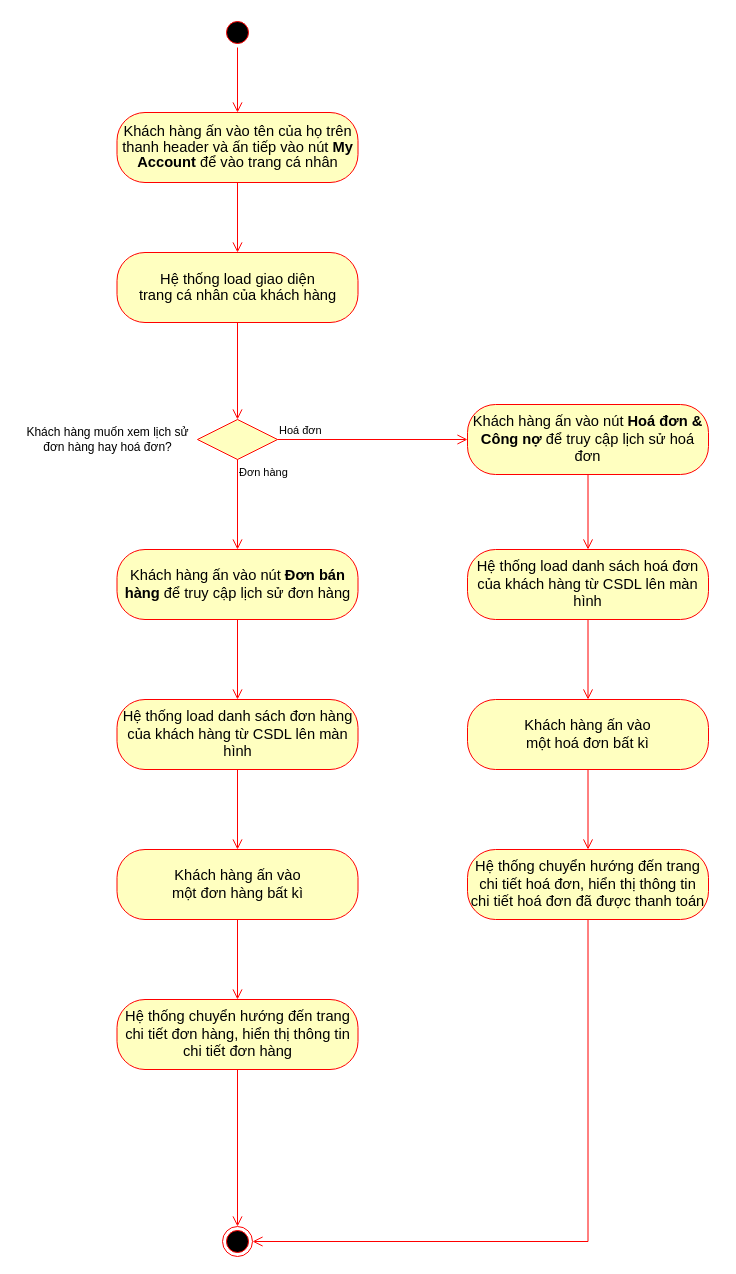
Before: Activity Diagrams/Nguyên Lộc/AD_XemLịchSửGiaoDịch.drawio in EdgarIgnite16/OOAD-Project, a draw.io diagram. Source tidied: cells renumbered, new cells numbered last; positions are measured from the earlier drawing's top-left corner, leaving out a move shared by most shapes. Both pictures are drawn from the tidied source at 100%, with x=0, y=0 at pixel (17, 17).
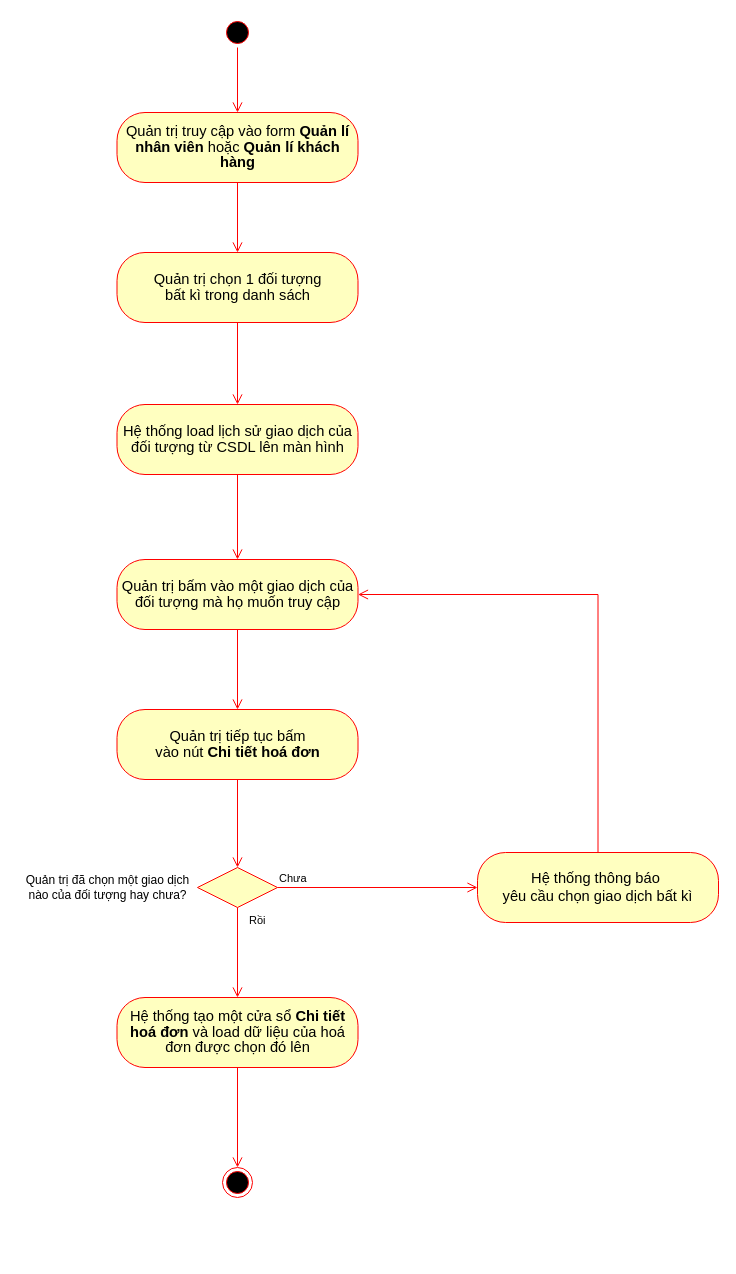
The same diagram, later.

Commit message (it also covers changes not shown here):
update Lịch sử giao dịch - Phần của Lộc

Diff of the diagram source:
```diff
@@
-    <mxCell id="4" value="&lt;span style=&quot;font-size: 11.0pt ; line-height: 107% ; font-family: &amp;#34;calibri&amp;#34; , sans-serif&quot;&gt;Khách hàng ấn vào tên của họ trên thanh header và ấn tiếp vào nút &lt;b&gt;My Account &lt;/b&gt;để vào trang cá nhân&lt;/span&gt;" style="rounded=1;whiteSpace=wrap;html=1;arcSize=40;fontColor=#000000;fillColor=#ffffc0;strokeColor=#ff0000;" parent="1" vertex="1">
+    <mxCell id="4" value="&lt;span style=&quot;font-size: 11.0pt ; line-height: 107% ; font-family: &amp;#34;calibri&amp;#34; , sans-serif&quot;&gt;Quản trị truy cập vào form &lt;b&gt;Quản lí &lt;br&gt;nhân viên &lt;/b&gt;hoặc &lt;b&gt;Quản lí khách hàng&lt;/b&gt;&lt;/span&gt;" style="rounded=1;whiteSpace=wrap;html=1;arcSize=40;fontColor=#000000;fillColor=#ffffc0;strokeColor=#ff0000;" parent="1" vertex="1">
       <mxGeometry x="99.5" y="95" width="241" height="70" as="geometry" />
     </mxCell>
@@
-    <mxCell id="6" style="edgeStyle=orthogonalEdgeStyle;html=1;verticalAlign=bottom;endArrow=open;endSize=8;strokeColor=#ff0000;rounded=0;" parent="1" edge="1" source="7" target="10">
+    <mxCell id="6" style="edgeStyle=orthogonalEdgeStyle;html=1;verticalAlign=bottom;endArrow=open;endSize=8;strokeColor=#ff0000;rounded=0;" parent="1" edge="1" source="7" target="29">
       <mxGeometry relative="1" as="geometry" />
     </mxCell>
-    <mxCell id="7" value="&lt;span style=&quot;font-size: 11.0pt ; line-height: 107% ; font-family: &amp;#34;calibri&amp;#34; , sans-serif&quot;&gt;Hệ thống load giao diện&lt;br/&gt;trang cá nhân của khách hàng&lt;/span&gt;" style="rounded=1;whiteSpace=wrap;html=1;arcSize=40;fontColor=#000000;fillColor=#ffffc0;strokeColor=#ff0000;" parent="1" vertex="1">
+    <mxCell id="7" value="&lt;span style=&quot;font-size: 11.0pt ; line-height: 107% ; font-family: &amp;#34;calibri&amp;#34; , sans-serif&quot;&gt;Quản trị chọn 1 đối tượng&lt;br/&gt;bất kì trong danh sách&lt;/span&gt;" style="rounded=1;whiteSpace=wrap;html=1;arcSize=40;fontColor=#000000;fillColor=#ffffc0;strokeColor=#ff0000;" parent="1" vertex="1">
       <mxGeometry x="99.5" y="235" width="241" height="70" as="geometry" />
     </mxCell>
-    <mxCell id="8" style="ellipse;html=1;shape=endState;fillColor=#000000;strokeColor=#ff0000;" parent="1" vertex="1">
-      <mxGeometry x="205" y="1209" width="30" height="30" as="geometry" />
-    </mxCell>
-    <mxCell id="9" style="edgeStyle=orthogonalEdgeStyle;html=1;verticalAlign=bottom;endArrow=open;endSize=8;strokeColor=#ff0000;rounded=0;" parent="1" edge="1" source="24" target="8">
-      <mxGeometry relative="1" as="geometry" />
-    </mxCell>
     <mxCell id="10" style="rhombus;whiteSpace=wrap;html=1;fillColor=#ffffc0;strokeColor=#ff0000;" parent="1" vertex="1">
-      <mxGeometry x="180" y="402" width="80" height="40" as="geometry" />
+      <mxGeometry x="180" y="850" width="80" height="40" as="geometry" />
     </mxCell>
-    <mxCell id="11" value="Hoá đơn" style="edgeStyle=orthogonalEdgeStyle;html=1;align=left;verticalAlign=bottom;endArrow=open;endSize=8;strokeColor=#ff0000;rounded=0;" parent="1" edge="1" source="10" target="15">
+    <mxCell id="11" value="Chưa" style="edgeStyle=orthogonalEdgeStyle;html=1;align=left;verticalAlign=bottom;endArrow=open;endSize=8;strokeColor=#ff0000;rounded=0;" parent="1" edge="1" source="10" target="38">
       <mxGeometry x="-1" relative="1" as="geometry" />
     </mxCell>
-    <mxCell id="12" value="Đơn hàng" style="edgeStyle=orthogonalEdgeStyle;html=1;align=left;verticalAlign=top;endArrow=open;endSize=8;strokeColor=#ff0000;rounded=0;" parent="1" edge="1" source="10" target="14">
-      <mxGeometry x="-1" relative="1" as="geometry" />
+    <mxCell id="12" value="Rồi&amp;nbsp;" style="edgeStyle=orthogonalEdgeStyle;html=1;align=left;verticalAlign=top;endArrow=open;endSize=8;strokeColor=#ff0000;rounded=0;" parent="1" edge="1" source="10" target="35">
+      <mxGeometry x="-1" y="10" relative="1" as="geometry" />
     </mxCell>
-    <mxCell id="13" value="Khách hàng muốn xem lịch sử&lt;br&gt;đơn hàng hay hoá đơn?" style="text;html=1;align=center;verticalAlign=middle;strokeColor=none;fillColor=none;" parent="1" vertex="1">
-      <mxGeometry y="407" width="180" height="30" as="geometry" />
+    <mxCell id="13" value="Quản trị đã chọn một giao dịch&lt;br&gt;nào của đối tượng hay chưa?" style="text;html=1;align=center;verticalAlign=middle;strokeColor=none;fillColor=none;" parent="1" vertex="1">
+      <mxGeometry y="855" width="180" height="30" as="geometry" />
     </mxCell>
-    <mxCell id="14" value="&lt;font face=&quot;calibri, sans-serif&quot;&gt;&lt;span style=&quot;font-size: 14.6667px&quot;&gt;Khách hàng ấn vào nút &lt;b&gt;Đơn bán hàng&lt;/b&gt;&amp;nbsp;để truy cập lịch sử đơn hàng&lt;/span&gt;&lt;/font&gt;" style="rounded=1;whiteSpace=wrap;html=1;arcSize=40;fontColor=#000000;fillColor=#ffffc0;strokeColor=#ff0000;" parent="1" vertex="1">
-      <mxGeometry x="99.5" y="532" width="241" height="70" as="geometry" />
-    </mxCell>
-    <mxCell id="15" value="&lt;font face=&quot;calibri, sans-serif&quot;&gt;&lt;span style=&quot;font-size: 14.6667px&quot;&gt;Khách hàng ấn vào nút &lt;b&gt;Hoá đơn &amp;amp; Công nợ&lt;/b&gt;&amp;nbsp;để truy cập lịch sử hoá đơn&lt;/span&gt;&lt;/font&gt;" style="rounded=1;whiteSpace=wrap;html=1;arcSize=40;fontColor=#000000;fillColor=#ffffc0;strokeColor=#ff0000;" parent="1" vertex="1">
-      <mxGeometry x="450" y="387" width="241" height="70" as="geometry" />
-    </mxCell>
-    <mxCell id="16" value="&lt;font face=&quot;calibri, sans-serif&quot;&gt;&lt;span style=&quot;font-size: 14.6667px&quot;&gt;Hệ thống load danh sách đơn hàng của khách hàng từ CSDL lên màn hình&lt;/span&gt;&lt;/font&gt;" style="rounded=1;whiteSpace=wrap;html=1;arcSize=40;fontColor=#000000;fillColor=#ffffc0;strokeColor=#ff0000;" parent="1" vertex="1">
-      <mxGeometry x="99.5" y="682" width="241" height="70" as="geometry" />
-    </mxCell>
-    <mxCell id="17" value="&lt;font face=&quot;calibri, sans-serif&quot;&gt;&lt;span style=&quot;font-size: 14.6667px&quot;&gt;Hệ thống load danh sách hoá đơn của khách hàng từ CSDL lên màn hình&lt;/span&gt;&lt;/font&gt;" style="rounded=1;whiteSpace=wrap;html=1;arcSize=40;fontColor=#000000;fillColor=#ffffc0;strokeColor=#ff0000;" parent="1" vertex="1">
-      <mxGeometry x="450" y="532" width="241" height="70" as="geometry" />
-    </mxCell>
-    <mxCell id="18" style="edgeStyle=orthogonalEdgeStyle;html=1;verticalAlign=bottom;endArrow=open;endSize=8;strokeColor=#ff0000;rounded=0;" parent="1" edge="1" source="15" target="17">
-      <mxGeometry relative="1" as="geometry" />
-    </mxCell>
-    <mxCell id="19" style="edgeStyle=orthogonalEdgeStyle;html=1;verticalAlign=bottom;endArrow=open;endSize=8;strokeColor=#ff0000;rounded=0;" parent="1" edge="1" source="14" target="16">
-      <mxGeometry relative="1" as="geometry" />
-    </mxCell>
-    <mxCell id="20" value="&lt;font face=&quot;calibri, sans-serif&quot;&gt;&lt;span style=&quot;font-size: 14.6667px&quot;&gt;Khách hàng ấn vào &lt;br&gt;một đơn hàng bất kì&lt;/span&gt;&lt;/font&gt;" style="rounded=1;whiteSpace=wrap;html=1;arcSize=40;fontColor=#000000;fillColor=#ffffc0;strokeColor=#ff0000;" parent="1" vertex="1">
-      <mxGeometry x="99.5" y="832" width="241" height="70" as="geometry" />
-    </mxCell>
-    <mxCell id="21" style="edgeStyle=orthogonalEdgeStyle;html=1;verticalAlign=bottom;endArrow=open;endSize=8;strokeColor=#ff0000;rounded=0;" parent="1" edge="1" source="16" target="20">
-      <mxGeometry relative="1" as="geometry" />
-    </mxCell>
-    <mxCell id="22" value="&lt;font face=&quot;calibri, sans-serif&quot;&gt;&lt;span style=&quot;font-size: 14.6667px&quot;&gt;Khách hàng ấn vào &lt;br&gt;một hoá đơn bất kì&lt;/span&gt;&lt;/font&gt;" style="rounded=1;whiteSpace=wrap;html=1;arcSize=40;fontColor=#000000;fillColor=#ffffc0;strokeColor=#ff0000;" parent="1" vertex="1">
-      <mxGeometry x="450" y="682" width="241" height="70" as="geometry" />
-    </mxCell>
-    <mxCell id="23" style="edgeStyle=orthogonalEdgeStyle;html=1;verticalAlign=bottom;endArrow=open;endSize=8;strokeColor=#ff0000;rounded=0;" parent="1" edge="1" source="17" target="22">
-      <mxGeometry relative="1" as="geometry" />
-    </mxCell>
-    <mxCell id="24" value="&lt;font face=&quot;calibri, sans-serif&quot;&gt;&lt;span style=&quot;font-size: 14.6667px&quot;&gt;Hệ thống chuyển hướng đến trang chi tiết đơn hàng, hiển thị thông tin chi tiết đơn hàng&lt;/span&gt;&lt;/font&gt;" style="rounded=1;whiteSpace=wrap;html=1;arcSize=40;fontColor=#000000;fillColor=#ffffc0;strokeColor=#ff0000;" parent="1" vertex="1">
-      <mxGeometry x="99.5" y="982" width="241" height="70" as="geometry" />
-    </mxCell>
-    <mxCell id="25" style="edgeStyle=orthogonalEdgeStyle;html=1;verticalAlign=bottom;endArrow=open;endSize=8;strokeColor=#ff0000;rounded=0;" parent="1" edge="1" source="20" target="24">
-      <mxGeometry relative="1" as="geometry" />
-    </mxCell>
-    <mxCell id="26" value="&lt;font face=&quot;calibri, sans-serif&quot;&gt;&lt;span style=&quot;font-size: 14.6667px&quot;&gt;Hệ thống chuyển hướng đến trang chi tiết hoá đơn, hiển thị thông tin chi tiết hoá đơn đã được thanh toán&lt;/span&gt;&lt;/font&gt;" style="rounded=1;whiteSpace=wrap;html=1;arcSize=40;fontColor=#000000;fillColor=#ffffc0;strokeColor=#ff0000;" parent="1" vertex="1">
-      <mxGeometry x="450" y="832" width="241" height="70" as="geometry" />
-    </mxCell>
-    <mxCell id="27" style="edgeStyle=orthogonalEdgeStyle;html=1;verticalAlign=bottom;endArrow=open;endSize=8;strokeColor=#ff0000;rounded=0;" parent="1" edge="1" source="22" target="26">
-      <mxGeometry relative="1" as="geometry" />
-    </mxCell>
-    <mxCell id="28" style="edgeStyle=orthogonalEdgeStyle;html=1;verticalAlign=bottom;endArrow=open;endSize=8;strokeColor=#ff0000;rounded=0;" parent="1" edge="1" source="26" target="8">
-      <mxGeometry relative="1" as="geometry">
-        <Array as="points">
-          <mxPoint x="570" y="1224" />
-        </Array>
-      </mxGeometry>
-    </mxCell>
+    <mxCell id="29" value="&lt;span style=&quot;font-size: 11.0pt ; line-height: 107% ; font-family: &amp;#34;calibri&amp;#34; , sans-serif&quot;&gt;Hệ thống load lịch sử giao dịch của đối tượng từ CSDL lên màn hình&lt;/span&gt;" style="rounded=1;whiteSpace=wrap;html=1;arcSize=40;fontColor=#000000;fillColor=#ffffc0;strokeColor=#ff0000;" parent="1" vertex="1">
+      <mxGeometry x="99.5" y="387" width="241" height="70" as="geometry" />
+    </mxCell>
+    <mxCell id="30" value="&lt;span style=&quot;font-size: 11.0pt ; line-height: 107% ; font-family: &amp;#34;calibri&amp;#34; , sans-serif&quot;&gt;Quản trị bấm vào một giao dịch của đối tượng mà họ muốn truy cập&lt;/span&gt;" style="rounded=1;whiteSpace=wrap;html=1;arcSize=40;fontColor=#000000;fillColor=#ffffc0;strokeColor=#ff0000;" parent="1" vertex="1">
+      <mxGeometry x="99.5" y="542" width="241" height="70" as="geometry" />
+    </mxCell>
+    <mxCell id="31" style="edgeStyle=orthogonalEdgeStyle;html=1;verticalAlign=bottom;endArrow=open;endSize=8;strokeColor=#ff0000;rounded=0;" parent="1" edge="1" source="29" target="30">
+      <mxGeometry relative="1" as="geometry" />
+    </mxCell>
+    <mxCell id="32" value="&lt;span style=&quot;font-size: 11.0pt ; line-height: 107% ; font-family: &amp;#34;calibri&amp;#34; , sans-serif&quot;&gt;Quản trị tiếp tục bấm&lt;br/&gt;vào nút &lt;b&gt;Chi tiết hoá đơn&lt;/b&gt;&lt;/span&gt;" style="rounded=1;whiteSpace=wrap;html=1;arcSize=40;fontColor=#000000;fillColor=#ffffc0;strokeColor=#ff0000;" parent="1" vertex="1">
+      <mxGeometry x="99.5" y="692" width="241" height="70" as="geometry" />
+    </mxCell>
+    <mxCell id="33" style="edgeStyle=orthogonalEdgeStyle;html=1;verticalAlign=bottom;endArrow=open;endSize=8;strokeColor=#ff0000;rounded=0;" parent="1" edge="1" source="30" target="32">
+      <mxGeometry relative="1" as="geometry" />
+    </mxCell>
+    <mxCell id="34" style="edgeStyle=orthogonalEdgeStyle;html=1;verticalAlign=bottom;endArrow=open;endSize=8;strokeColor=#ff0000;rounded=0;" parent="1" edge="1" source="32" target="10">
+      <mxGeometry relative="1" as="geometry" />
+    </mxCell>
+    <mxCell id="35" value="&lt;span style=&quot;font-size: 11.0pt ; line-height: 107% ; font-family: &amp;#34;calibri&amp;#34; , sans-serif&quot;&gt;Hệ thống tạo một cửa sổ &lt;b&gt;Chi tiết hoá đơn &lt;/b&gt;và load dữ liệu của hoá đơn được chọn đó lên&lt;/span&gt;" style="rounded=1;whiteSpace=wrap;html=1;arcSize=40;fontColor=#000000;fillColor=#ffffc0;strokeColor=#ff0000;" parent="1" vertex="1">
+      <mxGeometry x="99.5" y="980" width="241" height="70" as="geometry" />
+    </mxCell>
+    <mxCell id="36" style="ellipse;html=1;shape=endState;fillColor=#000000;strokeColor=#ff0000;" parent="1" vertex="1">
+      <mxGeometry x="205" y="1150" width="30" height="30" as="geometry" />
+    </mxCell>
+    <mxCell id="37" style="edgeStyle=orthogonalEdgeStyle;html=1;verticalAlign=bottom;endArrow=open;endSize=8;strokeColor=#ff0000;rounded=0;" parent="1" edge="1" source="35" target="36">
+      <mxGeometry relative="1" as="geometry" />
+    </mxCell>
+    <mxCell id="38" value="&lt;font face=&quot;calibri, sans-serif&quot;&gt;&lt;span style=&quot;font-size: 14.6667px&quot;&gt;Hệ thống thông báo&amp;nbsp;&lt;br&gt;yêu cầu chọn giao dịch bất kì&lt;br&gt;&lt;/span&gt;&lt;/font&gt;" style="rounded=1;whiteSpace=wrap;html=1;arcSize=40;fontColor=#000000;fillColor=#ffffc0;strokeColor=#ff0000;" parent="1" vertex="1">
+      <mxGeometry x="460" y="835" width="241" height="70" as="geometry" />
+    </mxCell>
+    <mxCell id="39" style="edgeStyle=orthogonalEdgeStyle;html=1;verticalAlign=bottom;endArrow=open;endSize=8;strokeColor=#ff0000;rounded=0;" parent="1" edge="1" source="38" target="30">
+      <mxGeometry relative="1" as="geometry">
+        <Array as="points">
+          <mxPoint x="581" y="577" />
+        </Array>
+      </mxGeometry>
+    </mxCell>
```
